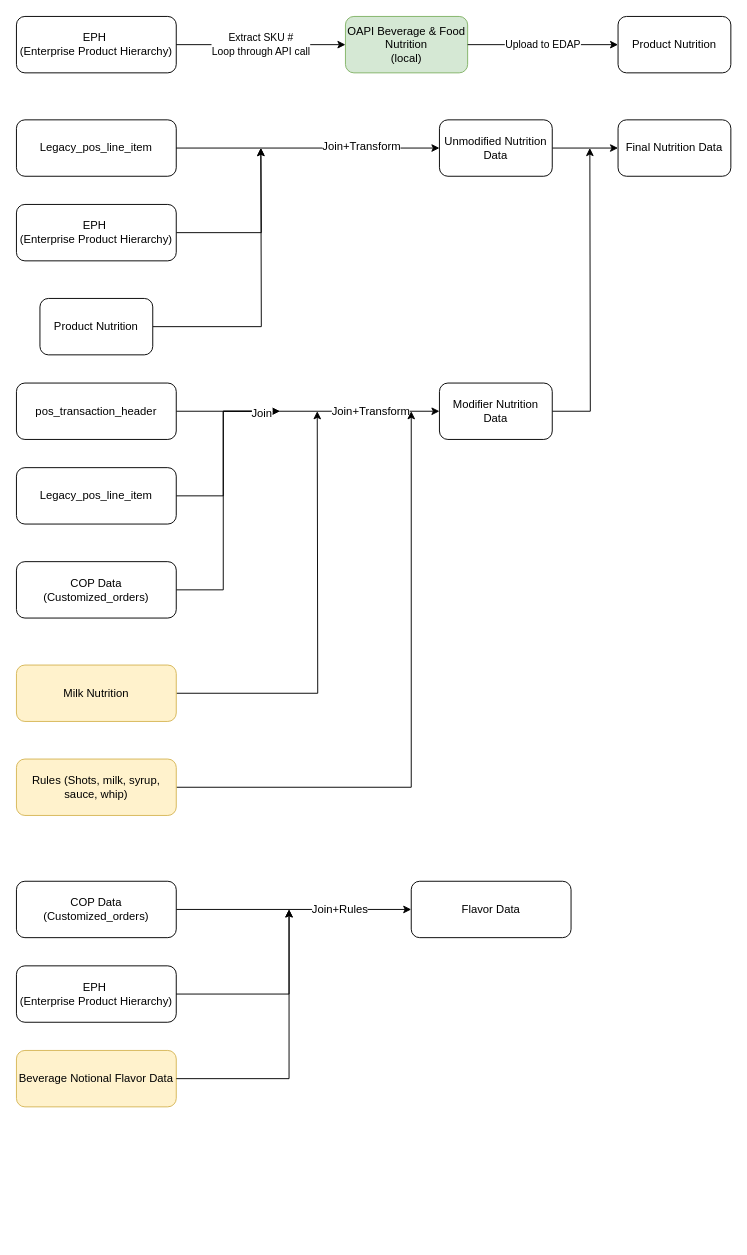
ttransbux/customer_segm keeps this draw.io diagram as Untitled Diagram.drawio. Above is the earlier version. Source tidied: cells renumbered, new cells numbered last; positions are measured from the earlier drawing's top-left corner, leaving out a move shared by most shapes. Both pictures are drawn from the tidied source at 94%, with x=0, y=0 at pixel (16, 16).
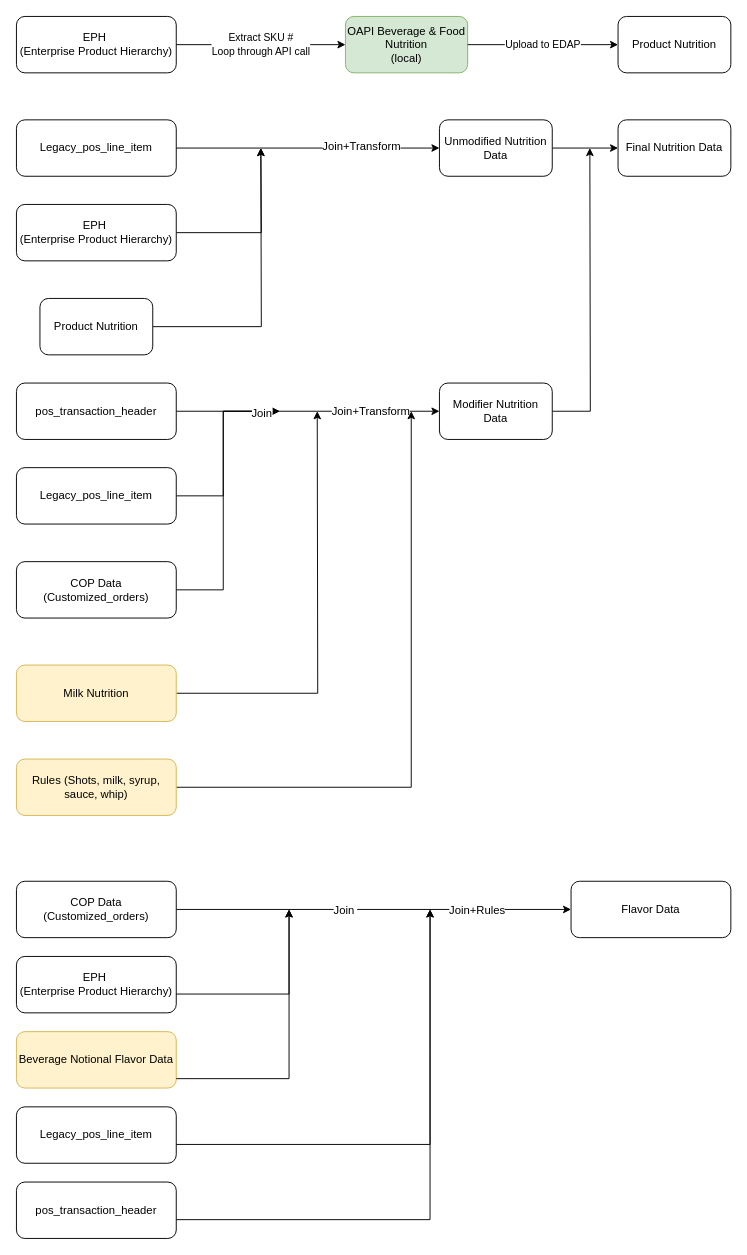
The same page after the edit.

The change refers to these unchanged cells:
```xml
<mxCell id="31" style="edgeStyle=none;rounded=0;jettySize=auto;html=1;" parent="1" edge="1" source="33" target="34">
  <mxGeometry relative="1" as="geometry" />
</mxCell>
```

Diff of the diagram source:
```diff
@@
     <mxCell id="32" value="Join+Rules" style="text;html=1;align=center;verticalAlign=middle;labelBackgroundColor=#ffffff;" parent="31" vertex="1">
-      <mxGeometry x="0.38" y="1" relative="1" as="geometry" />
+      <mxGeometry x="0.38" y="1" relative="1" as="geometry">
+        <mxPoint x="29" y="1" as="offset" />
+      </mxGeometry>
     </mxCell>
+    <mxCell id="39" value="Join&amp;nbsp;" style="text;html=1;align=center;verticalAlign=middle;labelBackgroundColor=#ffffff;" parent="31" vertex="1">
+      <mxGeometry x="-0.29" relative="1" as="geometry">
+        <mxPoint x="30" as="offset" />
+      </mxGeometry>
+    </mxCell>
@@
     <mxCell id="34" value="Flavor Data" style="rounded=1;whiteSpace=wrap;html=1;" parent="1" vertex="1">
-      <mxGeometry x="420" y="920" width="170" height="60" as="geometry" />
+      <mxGeometry x="590" y="920" width="170" height="60" as="geometry" />
     </mxCell>
     <mxCell id="35" value="Beverage Notional Flavor Data" style="rounded=1;whiteSpace=wrap;html=1;fillColor=#fff2cc;strokeColor=#d6b656;" parent="1" vertex="1">
-      <mxGeometry y="1100" width="170" height="60" as="geometry" />
+      <mxGeometry y="1080" width="170" height="60" as="geometry" />
     </mxCell>
     <mxCell id="36" value="EPH&amp;nbsp;&lt;br&gt;(Enterprise Product Hierarchy)&lt;br&gt;" style="rounded=1;whiteSpace=wrap;html=1;" parent="1" vertex="1">
-      <mxGeometry y="1010" width="170" height="60" as="geometry" />
+      <mxGeometry y="1000" width="170" height="60" as="geometry" />
     </mxCell>
@@
+    <mxCell id="40" value="pos_transaction_header" style="rounded=1;whiteSpace=wrap;html=1;" parent="1" vertex="1">
+      <mxGeometry y="1240" width="170" height="60" as="geometry" />
+    </mxCell>
+    <mxCell id="41" value="Legacy_pos_line_item" style="rounded=1;whiteSpace=wrap;html=1;" parent="1" vertex="1">
+      <mxGeometry y="1160" width="170" height="60" as="geometry" />
+    </mxCell>
+    <mxCell id="42" style="edgeStyle=orthogonalEdgeStyle;rounded=0;orthogonalLoop=1;jettySize=auto;html=1;" parent="1" edge="1">
+      <mxGeometry relative="1" as="geometry">
+        <mxPoint x="170" y="1200" as="sourcePoint" />
+        <mxPoint x="440" y="950" as="targetPoint" />
+        <Array as="points">
+          <mxPoint x="440" y="1200" />
+        </Array>
+      </mxGeometry>
+    </mxCell>
+    <mxCell id="43" style="edgeStyle=orthogonalEdgeStyle;rounded=0;orthogonalLoop=1;jettySize=auto;html=1;" parent="1" edge="1">
+      <mxGeometry relative="1" as="geometry">
+        <mxPoint x="170" y="1280" as="sourcePoint" />
+        <mxPoint x="440" y="950" as="targetPoint" />
+        <Array as="points">
+          <mxPoint x="440" y="1280" />
+          <mxPoint x="440" y="1100" />
+        </Array>
+      </mxGeometry>
+    </mxCell>
```
